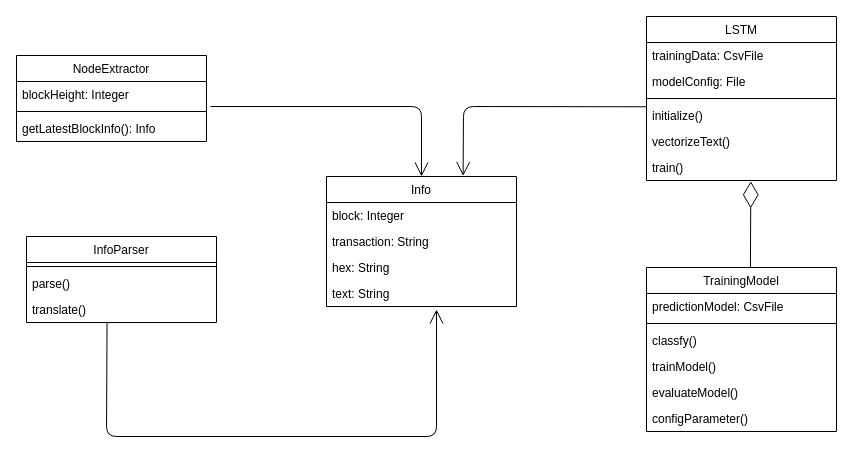
Earlier version of the draw.io diagram bitcoin_class.drawio (wang2gua/test). Source tidied: cells renumbered, new cells numbered last; positions are measured from the earlier drawing's top-left corner, leaving out a move shared by most shapes. Both pictures are drawn from the tidied source at 100%, with x=0, y=0 at pixel (16, 16).
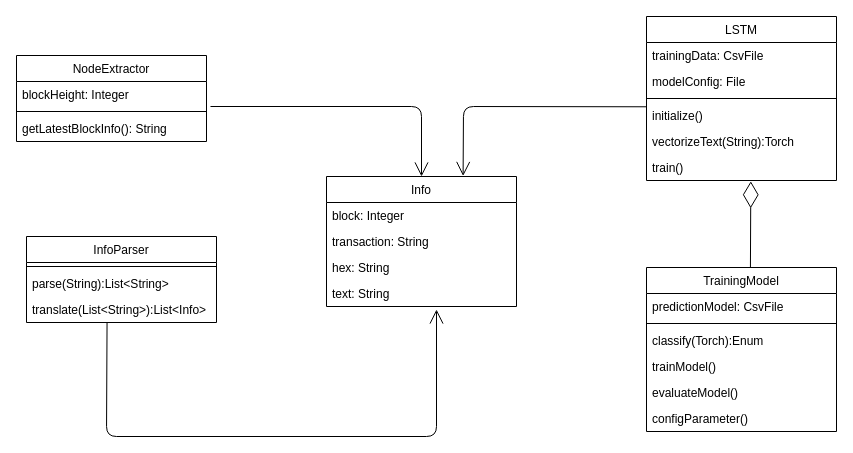
After the change.

The change refers to these unchanged cells:
```xml
<mxCell id="2" value="LSTM" style="swimlane;fontStyle=0;align=center;verticalAlign=top;horizontal=1;startSize=26;" parent="1" vertex="1">
  <mxGeometry x="630" width="190" height="164" as="geometry" />
</mxCell>
<mxCell id="14" value="TrainingModel" style="swimlane;fontStyle=0;align=center;verticalAlign=top;horizontal=1;startSize=26;" parent="1" vertex="1">
  <mxGeometry x="630" y="251" width="190" height="164" as="geometry" />
</mxCell>
<mxCell id="21" value="NodeExtractor" style="swimlane;fontStyle=0;align=center;verticalAlign=top;horizontal=1;startSize=26;" parent="1" vertex="1">
  <mxGeometry y="39" width="190" height="86" as="geometry" />
</mxCell>
<mxCell id="25" value="InfoParser" style="swimlane;fontStyle=0;align=center;verticalAlign=top;horizontal=1;startSize=26;" parent="1" vertex="1">
  <mxGeometry x="10" y="220" width="190" height="86" as="geometry" />
</mxCell>
```

The edit, as a diff of the source:
```diff
@@
-    <mxCell id="7" value="vectorizeText()" style="text;strokeColor=none;fillColor=none;align=left;verticalAlign=top;spacingLeft=4;spacingRight=4;overflow=hidden;" parent="2" vertex="1">
+    <mxCell id="7" value="vectorizeText(String):Torch" style="text;strokeColor=none;fillColor=none;align=left;verticalAlign=top;spacingLeft=4;spacingRight=4;overflow=hidden;" parent="2" vertex="1">
       <mxGeometry y="112" width="190" height="26" as="geometry" />
     </mxCell>
@@
-    <mxCell id="17" value="classfy()" style="text;strokeColor=none;fillColor=none;align=left;verticalAlign=top;spacingLeft=4;spacingRight=4;overflow=hidden;" parent="14" vertex="1">
+    <mxCell id="17" value="classify(Torch):Enum" style="text;strokeColor=none;fillColor=none;align=left;verticalAlign=top;spacingLeft=4;spacingRight=4;overflow=hidden;" parent="14" vertex="1">
       <mxGeometry y="60" width="190" height="26" as="geometry" />
     </mxCell>
@@
-    <mxCell id="24" value="getLatestBlockInfo(): Info" style="text;strokeColor=none;fillColor=none;align=left;verticalAlign=top;spacingLeft=4;spacingRight=4;overflow=hidden;" parent="21" vertex="1">
+    <mxCell id="24" value="getLatestBlockInfo(): String" style="text;strokeColor=none;fillColor=none;align=left;verticalAlign=top;spacingLeft=4;spacingRight=4;overflow=hidden;" parent="21" vertex="1">
       <mxGeometry y="60" width="190" height="26" as="geometry" />
     </mxCell>
@@
-    <mxCell id="27" value="parse()" style="text;strokeColor=none;fillColor=none;align=left;verticalAlign=top;spacingLeft=4;spacingRight=4;overflow=hidden;" parent="25" vertex="1">
+    <mxCell id="27" value="parse(String):List&lt;String&gt;" style="text;strokeColor=none;fillColor=none;align=left;verticalAlign=top;spacingLeft=4;spacingRight=4;overflow=hidden;" parent="25" vertex="1">
       <mxGeometry y="34" width="190" height="26" as="geometry" />
     </mxCell>
-    <mxCell id="28" value="translate()" style="text;strokeColor=none;fillColor=none;align=left;verticalAlign=top;spacingLeft=4;spacingRight=4;overflow=hidden;points=[[0,0.5],[1,0.5]];portConstraint=eastwest;" parent="25" vertex="1">
+    <mxCell id="28" value="translate(List&lt;String&gt;):List&lt;Info&gt;" style="text;strokeColor=none;fillColor=none;align=left;verticalAlign=top;spacingLeft=4;spacingRight=4;overflow=hidden;points=[[0,0.5],[1,0.5]];portConstraint=eastwest;" parent="25" vertex="1">
       <mxGeometry y="60" width="190" height="26" as="geometry" />
     </mxCell>
```
